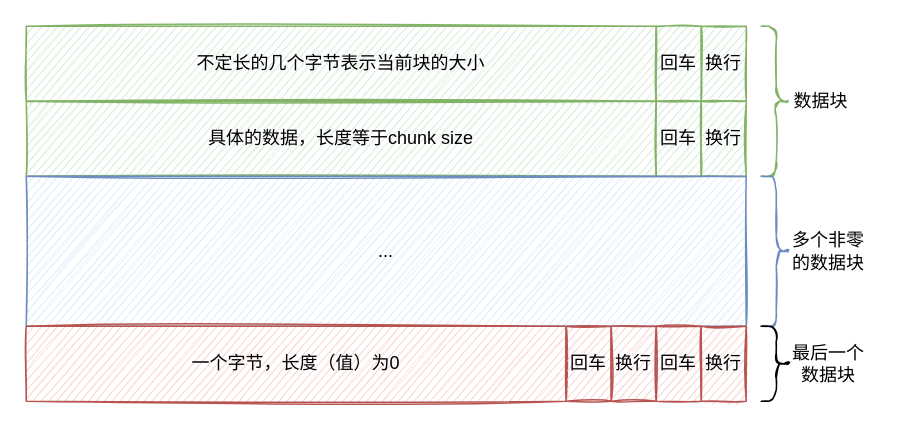
leonce28/draw-io-img keeps this draw.io diagram as ck http chunk data.drawio. Above is the earlier version. Source tidied: cells renumbered, new cells numbered last; positions are measured from the earlier drawing's top-left corner, leaving out a move shared by most shapes. Both pictures are drawn from the tidied source at 150%, with x=0, y=0 at pixel (26, 26).
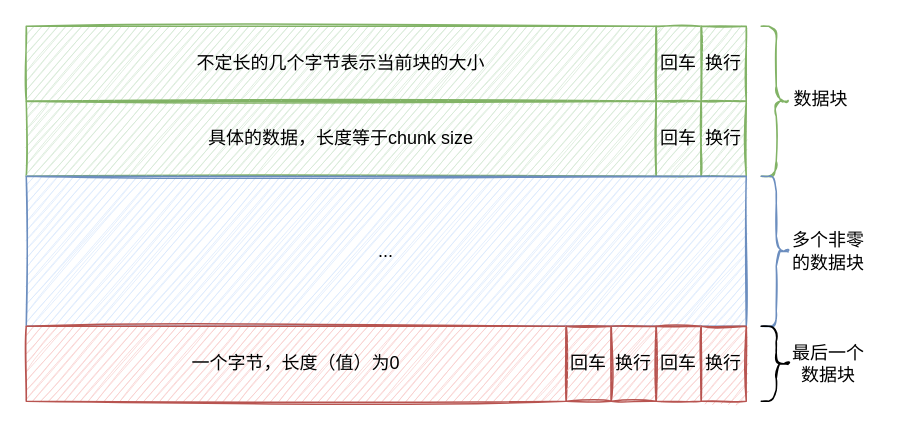
Above is the later version.

The edit, as a diff of the source:
```diff
@@
 <mxGraphModel>
   <root>
     <mxCell id="0" />
     <mxCell id="1" parent="0" />
     <mxCell id="2" value="不定长的几个字节表示当前块的大小" style="rounded=0;whiteSpace=wrap;html=1;fillStyle=auto;fillColor=#d5e8d4;gradientDirection=north;sketch=1;strokeColor=#82b366;" parent="1" vertex="1">
       <mxGeometry width="420" height="50" as="geometry" />
     </mxCell>
     <mxCell id="3" value="具体的数据，长度等于chunk size" style="rounded=0;whiteSpace=wrap;html=1;fillStyle=auto;fillColor=#d5e8d4;gradientDirection=north;sketch=1;strokeColor=#82b366;" parent="1" vertex="1">
       <mxGeometry y="50" width="420" height="50" as="geometry" />
     </mxCell>
     <mxCell id="4" value="回车" style="rounded=0;whiteSpace=wrap;html=1;fillStyle=auto;fillColor=#d5e8d4;gradientDirection=north;sketch=1;strokeColor=#82b366;" parent="1" vertex="1">
       <mxGeometry x="420" y="50" width="30" height="50" as="geometry" />
     </mxCell>
     <mxCell id="5" value="换行" style="rounded=0;whiteSpace=wrap;html=1;fillStyle=auto;fillColor=#d5e8d4;gradientDirection=north;sketch=1;strokeColor=#82b366;" parent="1" vertex="1">
       <mxGeometry x="450" y="50" width="30" height="50" as="geometry" />
     </mxCell>
     <mxCell id="6" value="..." style="rounded=0;whiteSpace=wrap;html=1;fillStyle=auto;fillColor=#dae8fc;gradientDirection=north;sketch=1;strokeColor=#6c8ebf;" parent="1" vertex="1">
       <mxGeometry y="100" width="480" height="100" as="geometry" />
     </mxCell>
     <mxCell id="7" value="回车" style="rounded=0;whiteSpace=wrap;html=1;fillStyle=auto;fillColor=#d5e8d4;gradientDirection=north;sketch=1;strokeColor=#82b366;" parent="1" vertex="1">
       <mxGeometry x="420" width="30" height="50" as="geometry" />
     </mxCell>
     <mxCell id="8" value="换行" style="rounded=0;whiteSpace=wrap;html=1;fillStyle=auto;fillColor=#d5e8d4;gradientDirection=north;sketch=1;strokeColor=#82b366;" parent="1" vertex="1">
       <mxGeometry x="450" width="30" height="50" as="geometry" />
     </mxCell>
     <mxCell id="9" value="一个字节，长度（值）为0" style="rounded=0;whiteSpace=wrap;html=1;fillStyle=auto;fillColor=#f8cecc;gradientDirection=north;sketch=1;strokeColor=#b85450;" parent="1" vertex="1">
       <mxGeometry y="200" width="360" height="50" as="geometry" />
     </mxCell>
     <mxCell id="10" value="回车" style="rounded=0;whiteSpace=wrap;html=1;fillStyle=auto;fillColor=#f8cecc;gradientDirection=north;sketch=1;strokeColor=#b85450;" parent="1" vertex="1">
       <mxGeometry x="420" y="200" width="30" height="50" as="geometry" />
     </mxCell>
     <mxCell id="11" value="换行" style="rounded=0;whiteSpace=wrap;html=1;fillStyle=auto;fillColor=#f8cecc;gradientDirection=north;sketch=1;strokeColor=#b85450;" parent="1" vertex="1">
       <mxGeometry x="450" y="200" width="30" height="50" as="geometry" />
     </mxCell>
     <mxCell id="12" value="回车" style="rounded=0;whiteSpace=wrap;html=1;fillStyle=auto;fillColor=#f8cecc;gradientDirection=north;sketch=1;strokeColor=#b85450;" parent="1" vertex="1">
       <mxGeometry x="360" y="200" width="30" height="50" as="geometry" />
     </mxCell>
     <mxCell id="13" value="换行" style="rounded=0;whiteSpace=wrap;html=1;fillStyle=auto;fillColor=#f8cecc;gradientDirection=north;sketch=1;strokeColor=#b85450;" parent="1" vertex="1">
       <mxGeometry x="390" y="200" width="30" height="50" as="geometry" />
     </mxCell>
     <mxCell id="14" style="shape=curlyBracket;whiteSpace=wrap;html=1;rounded=1;flipH=1;sketch=1;fillColor=#d5e8d4;strokeColor=#82b366;" parent="1" vertex="1">
       <mxGeometry x="490" width="20" height="100" as="geometry" />
     </mxCell>
-    <mxCell id="15" value="数据块" style="text;html=1;strokeColor=none;fillColor=none;align=center;verticalAlign=middle;whiteSpace=wrap;rounded=0;sketch=1;" parent="1" vertex="1">
+    <mxCell id="15" value="数据块" style="text;html=1;strokeColor=none;fillColor=none;align=center;verticalAlign=middle;whiteSpace=wrap;rounded=0;sketch=1;fontFamily=Comic Sans MS;" parent="1" vertex="1">
       <mxGeometry x="510" y="35" width="40" height="30" as="geometry" />
     </mxCell>
     <mxCell id="16" style="shape=curlyBracket;whiteSpace=wrap;html=1;rounded=1;flipH=1;sketch=1;fillColor=#dae8fc;strokeColor=#6c8ebf;" parent="1" vertex="1">
       <mxGeometry x="490" y="100" width="20" height="100" as="geometry" />
     </mxCell>
     <mxCell id="17" value="多个非零&lt;br&gt;的数据块" style="text;html=1;strokeColor=none;fillColor=none;align=center;verticalAlign=middle;whiteSpace=wrap;rounded=0;sketch=1;" parent="1" vertex="1">
       <mxGeometry x="510" y="135" width="50" height="30" as="geometry" />
     </mxCell>
     <mxCell id="18" style="shape=curlyBracket;whiteSpace=wrap;html=1;rounded=1;flipH=1;sketch=1;fillColor=default;gradientColor=none;" parent="1" vertex="1">
       <mxGeometry x="490" y="200" width="20" height="50" as="geometry" />
     </mxCell>
     <mxCell id="19" value="最后一个&lt;br&gt;数据块" style="text;html=1;strokeColor=none;fillColor=none;align=center;verticalAlign=middle;whiteSpace=wrap;rounded=0;sketch=1;" parent="1" vertex="1">
       <mxGeometry x="505" y="210" width="60" height="30" as="geometry" />
     </mxCell>
   </root>
 </mxGraphModel>
```
